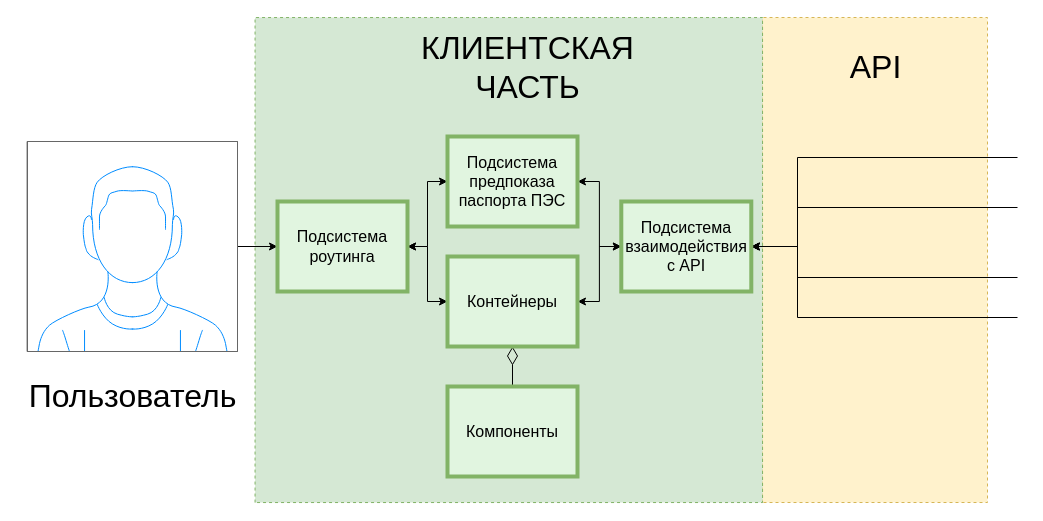
Before: page "2.3" (3 of 27) of Диаграмки.drawio in Infoboros/bachelors-degree, a draw.io diagram. Source tidied: cells renumbered, new cells numbered last; positions are measured from the earlier drawing's top-left corner, leaving out a move shared by most shapes. Both pictures are drawn from the tidied source at 100%, with x=0, y=0 at pixel (17, 6).
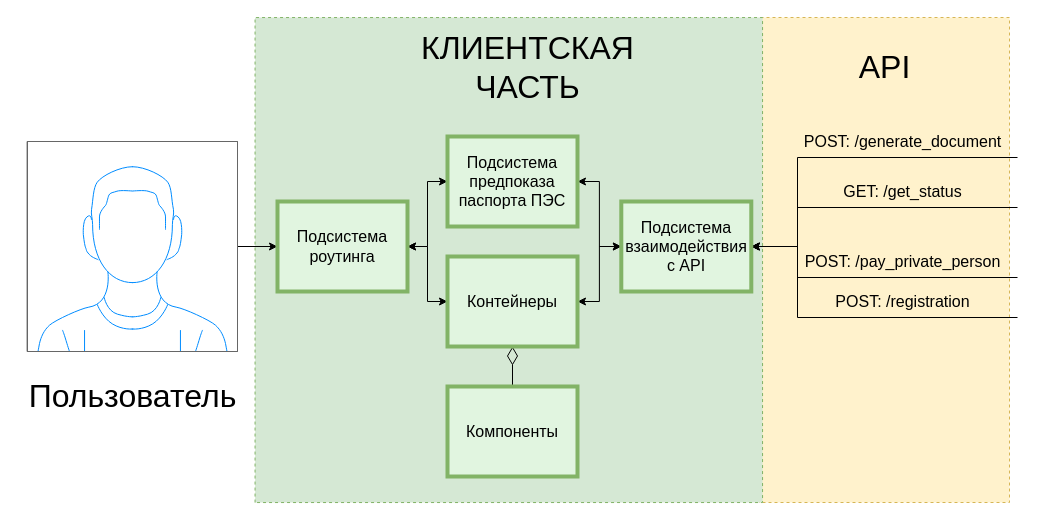
The same page after the edit.

Change to the diagram source:
```diff
@@
     <mxCell id="2" style="verticalLabelPosition=bottom;verticalAlign=top;html=1;shape=mxgraph.basic.rect;fillColor2=none;strokeWidth=1;size=20;indent=5;rotation=-90;dashed=1;fillColor=#fff2cc;strokeColor=#d6b656;" parent="1" vertex="1">
-      <mxGeometry x="615" y="141" width="485" height="225" as="geometry" />
+      <mxGeometry x="624.5" y="128.5" width="485" height="250" as="geometry" />
     </mxCell>
@@
     <mxCell id="5" value="API" style="text;html=1;align=center;verticalAlign=middle;strokeColor=none;fillColor=none;fontSize=32;" parent="1" vertex="1">
-      <mxGeometry x="822.5" y="41" width="70" height="40" as="geometry" />
+      <mxGeometry x="832" y="41" width="70" height="40" as="geometry" />
     </mxCell>
@@
+    <mxCell id="23" value="&lt;font style=&quot;font-size: 16px&quot;&gt;POST: /generate_document&lt;/font&gt;" style="text;html=1;align=center;verticalAlign=middle;strokeColor=none;fillColor=none;fontSize=28;" parent="1" vertex="1">
+      <mxGeometry x="780" y="111" width="210" height="40" as="geometry" />
+    </mxCell>
+    <mxCell id="24" value="&lt;font style=&quot;font-size: 16px&quot;&gt;POST: /pay_private_person&lt;/font&gt;" style="text;html=1;align=center;verticalAlign=middle;strokeColor=none;fillColor=none;fontSize=28;" parent="1" vertex="1">
+      <mxGeometry x="780" y="231" width="210" height="40" as="geometry" />
+    </mxCell>
+    <mxCell id="25" value="&lt;font style=&quot;font-size: 16px&quot;&gt;GET: /get_status&lt;/font&gt;" style="text;html=1;align=center;verticalAlign=middle;strokeColor=none;fillColor=none;fontSize=28;" parent="1" vertex="1">
+      <mxGeometry x="820" y="161" width="130" height="40" as="geometry" />
+    </mxCell>
+    <mxCell id="26" value="&lt;font style=&quot;font-size: 16px&quot;&gt;POST: /registration&lt;/font&gt;" style="text;html=1;align=center;verticalAlign=middle;strokeColor=none;fillColor=none;fontSize=28;" parent="1" vertex="1">
+      <mxGeometry x="810" y="271" width="150" height="40" as="geometry" />
+    </mxCell>
```
